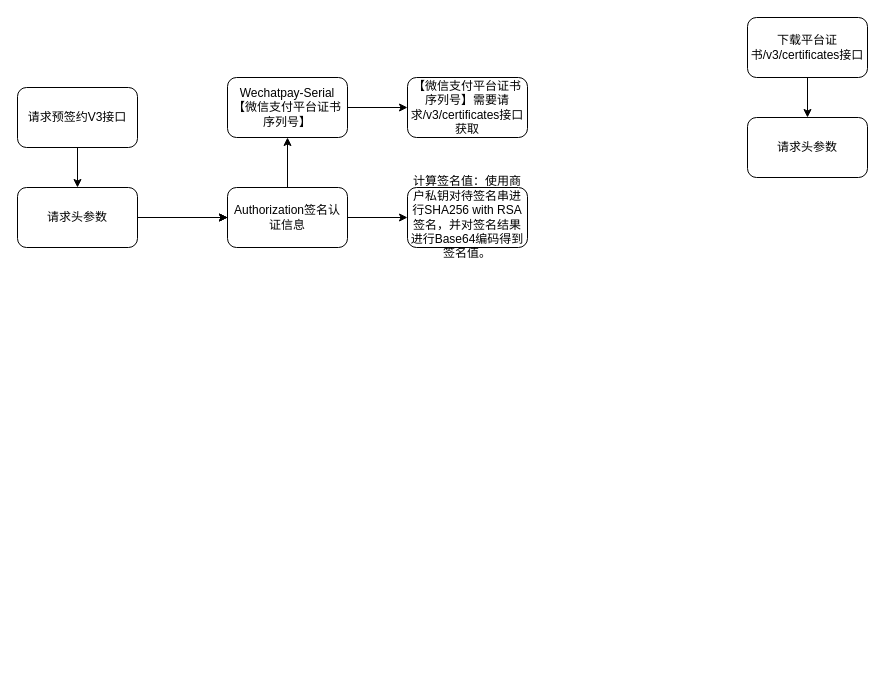
Before: page "第 10 页" (10 of 10) of Untitled Diagram.drawio in GaoAng-HRERS/diagram, a draw.io diagram. Source tidied: cells renumbered, new cells numbered last; positions are measured from the earlier drawing's top-left corner, leaving out a move shared by most shapes. Both pictures are drawn from the tidied source at 100%, with x=0, y=0 at pixel (17, 17).
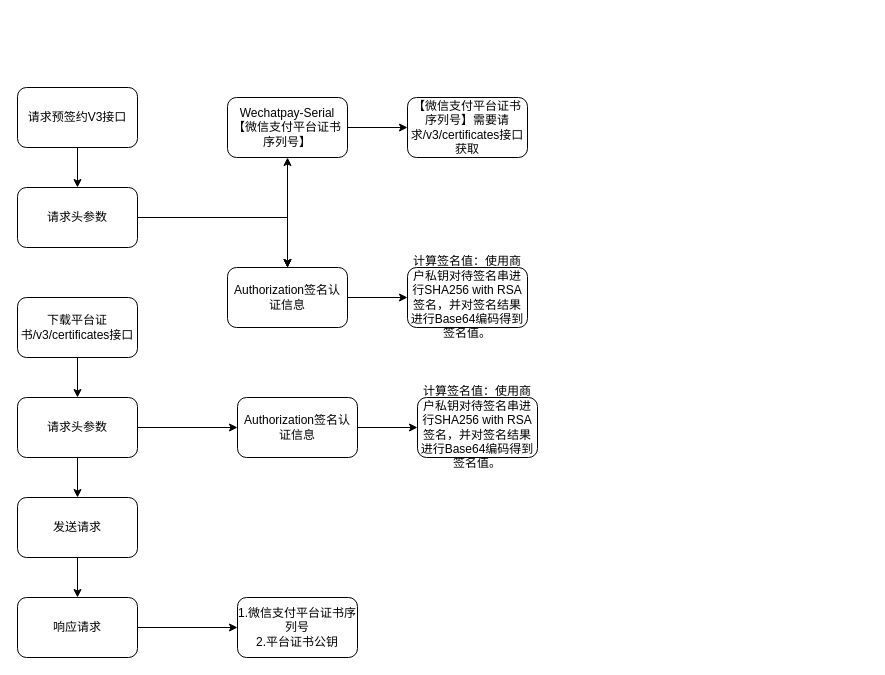
The same diagram, later.

What changed in the source:
```diff
@@
     <mxCell id="10" value="Wechatpay-Serial【微信支付平台证书序列号】" style="rounded=1;whiteSpace=wrap;html=1;" parent="1" vertex="1">
-      <mxGeometry x="210" y="60" width="120" height="60" as="geometry" />
+      <mxGeometry x="210" y="80" width="120" height="60" as="geometry" />
     </mxCell>
     <mxCell id="11" value="【微信支付平台证书序列号】需要请求/v3/certificates接口获取" style="whiteSpace=wrap;html=1;rounded=1;" parent="1" vertex="1">
-      <mxGeometry x="390" y="60" width="120" height="60" as="geometry" />
+      <mxGeometry x="390" y="80" width="120" height="60" as="geometry" />
     </mxCell>
@@
     <mxCell id="13" value="下载平台证书/v3/certificates接口" style="whiteSpace=wrap;html=1;rounded=1;" parent="1" vertex="1">
-      <mxGeometry x="730" width="120" height="60" as="geometry" />
+      <mxGeometry y="280" width="120" height="60" as="geometry" />
     </mxCell>
+    <mxCell id="18" style="edgeStyle=orthogonalEdgeStyle;rounded=0;jettySize=auto;html=1;" parent="1" edge="1" source="14" target="21">
+      <mxGeometry relative="1" as="geometry" />
+    </mxCell>
+    <mxCell id="19" style="edgeStyle=orthogonalEdgeStyle;rounded=0;jettySize=auto;html=1;" parent="1" edge="1" source="14" target="24">
+      <mxGeometry relative="1" as="geometry" />
+    </mxCell>
     <mxCell id="14" value="请求头参数" style="whiteSpace=wrap;html=1;rounded=1;" parent="1" vertex="1">
-      <mxGeometry x="730" y="100" width="120" height="60" as="geometry" />
+      <mxGeometry y="380" width="120" height="60" as="geometry" />
     </mxCell>
@@
     <mxCell id="16" value="Authorization签名认证信息" style="rounded=1;whiteSpace=wrap;html=1;" parent="1" vertex="1">
-      <mxGeometry x="210" y="170" width="120" height="60" as="geometry" />
+      <mxGeometry x="210" y="250" width="120" height="60" as="geometry" />
     </mxCell>
     <mxCell id="17" value="计算签名值：使用商户私钥对待签名串进行SHA256 with RSA签名，并对签名结果进行Base64编码得到签名值。" style="rounded=1;whiteSpace=wrap;html=1;" parent="1" vertex="1">
-      <mxGeometry x="390" y="170" width="120" height="60" as="geometry" />
+      <mxGeometry x="390" y="250" width="120" height="60" as="geometry" />
     </mxCell>
+    <mxCell id="20" style="edgeStyle=orthogonalEdgeStyle;rounded=0;jettySize=auto;html=1;" parent="1" edge="1" source="21" target="22">
+      <mxGeometry relative="1" as="geometry" />
+    </mxCell>
+    <mxCell id="21" value="Authorization签名认证信息" style="rounded=1;whiteSpace=wrap;html=1;" parent="1" vertex="1">
+      <mxGeometry x="220" y="380" width="120" height="60" as="geometry" />
+    </mxCell>
+    <mxCell id="22" value="计算签名值：使用商户私钥对待签名串进行SHA256 with RSA签名，并对签名结果进行Base64编码得到签名值。" style="rounded=1;whiteSpace=wrap;html=1;" parent="1" vertex="1">
+      <mxGeometry x="400" y="380" width="120" height="60" as="geometry" />
+    </mxCell>
+    <mxCell id="23" style="edgeStyle=orthogonalEdgeStyle;rounded=0;jettySize=auto;html=1;" parent="1" edge="1" source="24" target="26">
+      <mxGeometry relative="1" as="geometry" />
+    </mxCell>
+    <mxCell id="24" value="发送请求" style="whiteSpace=wrap;html=1;rounded=1;" parent="1" vertex="1">
+      <mxGeometry y="480" width="120" height="60" as="geometry" />
+    </mxCell>
+    <mxCell id="25" style="edgeStyle=orthogonalEdgeStyle;rounded=0;jettySize=auto;html=1;" parent="1" edge="1" source="26" target="27">
+      <mxGeometry relative="1" as="geometry" />
+    </mxCell>
+    <mxCell id="26" value="响应请求" style="whiteSpace=wrap;html=1;rounded=1;" parent="1" vertex="1">
+      <mxGeometry y="580" width="120" height="60" as="geometry" />
+    </mxCell>
+    <mxCell id="27" value="1.微信支付平台证书序列号&lt;br&gt;2.平台证书公钥" style="whiteSpace=wrap;html=1;rounded=1;" parent="1" vertex="1">
+      <mxGeometry x="220" y="580" width="120" height="60" as="geometry" />
+    </mxCell>
```
